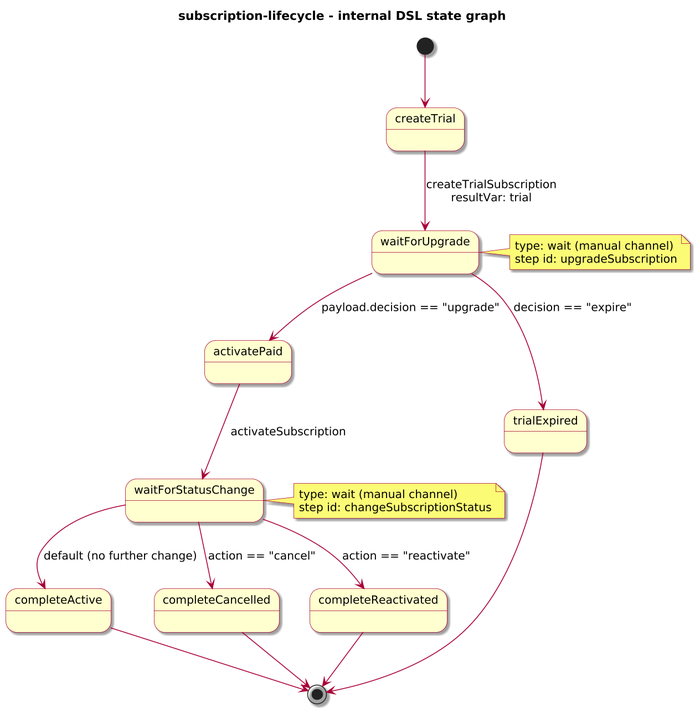
Above: docs/3-reference/examples/business/subscription-lifecycle/diagrams/subscription-lifecycle-internal-state.png in ivanstambuk/journeyforge (PlantUML), before the change. The source it was exported from:
```plantuml
@startuml
!include journey-diagram-theme.puml
title subscription-lifecycle - internal DSL state graph

[*] --> createTrial

state createTrial
state waitForUpgrade
state activatePaid
state waitForStatusChange
state trialExpired
state completeActive
state completeCancelled
state completeReactivated

createTrial --> waitForUpgrade : createTrialSubscription\nresultVar: trial

waitForUpgrade --> activatePaid : payload.decision == "upgrade"
waitForUpgrade --> trialExpired : decision == "expire"

activatePaid --> waitForStatusChange : activateSubscription

waitForStatusChange --> completeCancelled : action == "cancel"
waitForStatusChange --> completeReactivated : action == "reactivate"
waitForStatusChange --> completeActive : default (no further change)

trialExpired --> [*]
completeActive --> [*]
completeCancelled --> [*]
completeReactivated --> [*]

note right of waitForUpgrade
  type: wait (manual channel)
  step id: upgradeSubscription
end note

note right of waitForStatusChange
  type: wait (manual channel)
  step id: changeSubscriptionStatus
end note

@enduml
```
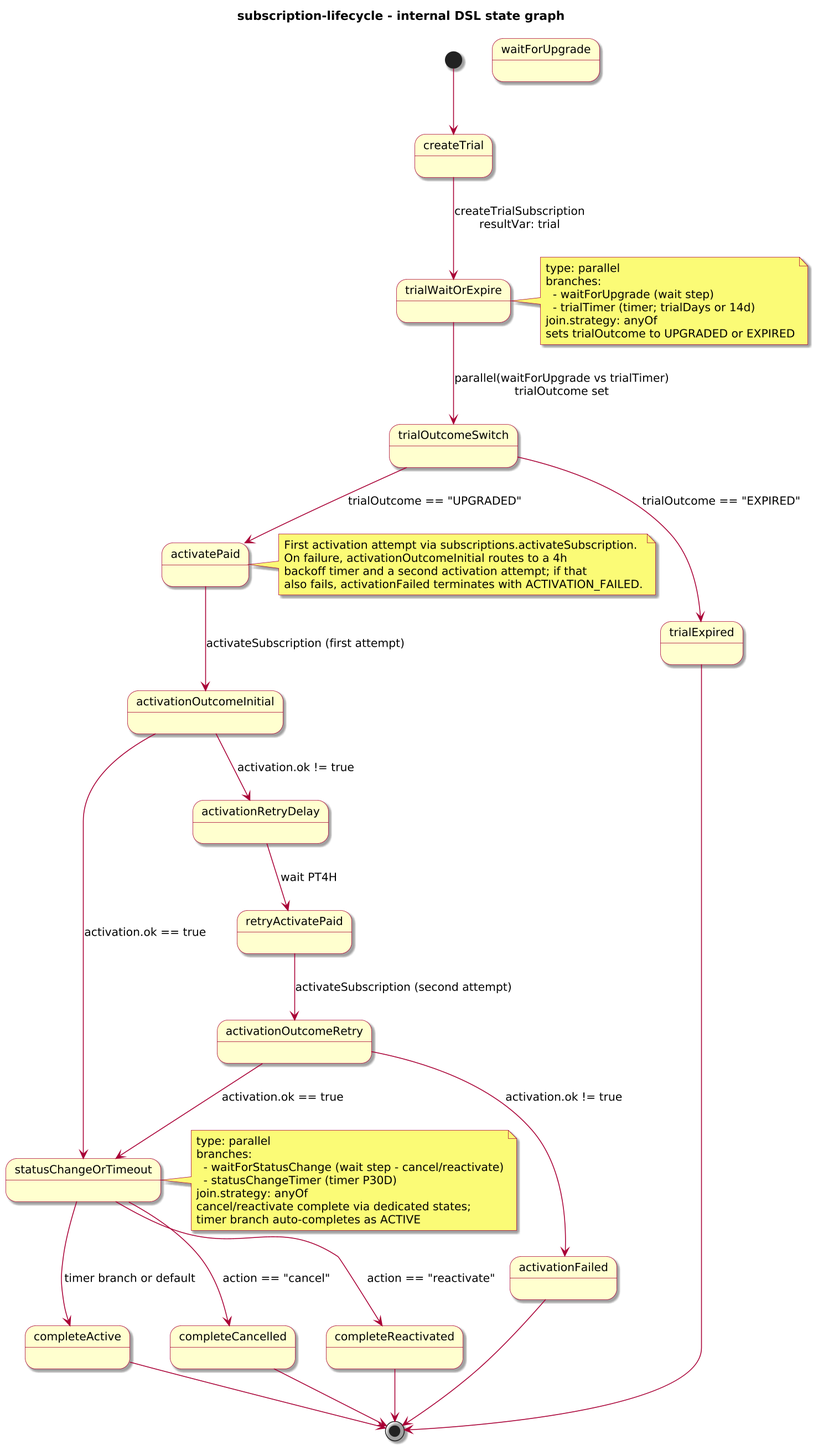
The same file after the commit.

The edit, as a diff of the source:
```diff
@@ -5,38 +5,74 @@
 [*] --> createTrial
 
 state createTrial
+state trialWaitOrExpire
 state waitForUpgrade
+state activationOutcomeInitial
+state activationRetryDelay
+state retryActivatePaid
+state activationOutcomeRetry
+state activationFailed
+state trialExpired
+state trialOutcomeSwitch
 state activatePaid
-state waitForStatusChange
-state trialExpired
+state statusChangeOrTimeout
 state completeActive
 state completeCancelled
 state completeReactivated
 
-createTrial --> waitForUpgrade : createTrialSubscription\nresultVar: trial
+createTrial --> trialWaitOrExpire : createTrialSubscription\nresultVar: trial
 
-waitForUpgrade --> activatePaid : payload.decision == "upgrade"
-waitForUpgrade --> trialExpired : decision == "expire"
+trialWaitOrExpire --> trialOutcomeSwitch : parallel(waitForUpgrade vs trialTimer)\ntrialOutcome set
 
-activatePaid --> waitForStatusChange : activateSubscription
+trialOutcomeSwitch --> activatePaid : trialOutcome == "UPGRADED"
+trialOutcomeSwitch --> trialExpired : trialOutcome == "EXPIRED"
 
-waitForStatusChange --> completeCancelled : action == "cancel"
-waitForStatusChange --> completeReactivated : action == "reactivate"
-waitForStatusChange --> completeActive : default (no further change)
+activatePaid --> activationOutcomeInitial : activateSubscription (first attempt)
+
+activationOutcomeInitial --> statusChangeOrTimeout : activation.ok == true
+activationOutcomeInitial --> activationRetryDelay : activation.ok != true
+
+activationRetryDelay --> retryActivatePaid : wait PT4H
+
+retryActivatePaid --> activationOutcomeRetry : activateSubscription (second attempt)
+
+activationOutcomeRetry --> statusChangeOrTimeout : activation.ok == true
+activationOutcomeRetry --> activationFailed : activation.ok != true
+
+statusChangeOrTimeout --> completeCancelled : action == "cancel"
+statusChangeOrTimeout --> completeReactivated : action == "reactivate"
+statusChangeOrTimeout --> completeActive : timer branch or default
 
 trialExpired --> [*]
 completeActive --> [*]
 completeCancelled --> [*]
 completeReactivated --> [*]
+activationFailed --> [*]
 
-note right of waitForUpgrade
-  type: wait (manual channel)
-  step id: upgradeSubscription
+note right of trialWaitOrExpire
+  type: parallel
+  branches:
+    - waitForUpgrade (wait step)
+    - trialTimer (timer; trialDays or 14d)
+  join.strategy: anyOf
+  sets trialOutcome to UPGRADED or EXPIRED
 end note
 
-note right of waitForStatusChange
-  type: wait (manual channel)
-  step id: changeSubscriptionStatus
+note right of activatePaid
+  First activation attempt via subscriptions.activateSubscription.
+  On failure, activationOutcomeInitial routes to a 4h
+  backoff timer and a second activation attempt; if that
+  also fails, activationFailed terminates with ACTIVATION_FAILED.
+end note
+
+note right of statusChangeOrTimeout
+  type: parallel
+  branches:
+    - waitForStatusChange (wait step - cancel/reactivate)
+    - statusChangeTimer (timer P30D)
+  join.strategy: anyOf
+  cancel/reactivate complete via dedicated states;
+  timer branch auto-completes as ACTIVE
 end note
 
 @enduml
```
